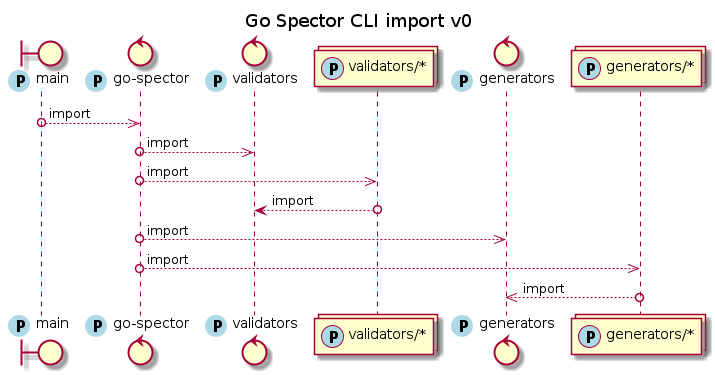
Before: diagrams/import-v0.png, a diagram exported from PlantUML (go-spector/go-spector). The source it was exported from:
```plantuml
@startuml
autoactivate on

boundary "main" as Main << (P,LightBlue) >>
control "go-spector" as GoSpector << (P,LightBlue) >>
control "validators" as Validators << (P,LightBlue) >>
collections "validators/*" as ValidatorsCollection << (P,LightBlue) >>
control "generators" as Generators << (P,LightBlue) >>
collections "generators/*" as GeneratorsCollection << (P,LightBlue) >>

Main o-->> GoSpector : import
GoSpector o-->> Validators : import
GoSpector o-->> ValidatorsCollection : import
ValidatorsCollection o--> Validators : import
GoSpector o-->> Generators : import
GoSpector o-->> GeneratorsCollection : import
GeneratorsCollection o-->> Generators : import

title Go Spector CLI import v0
@enduml
```
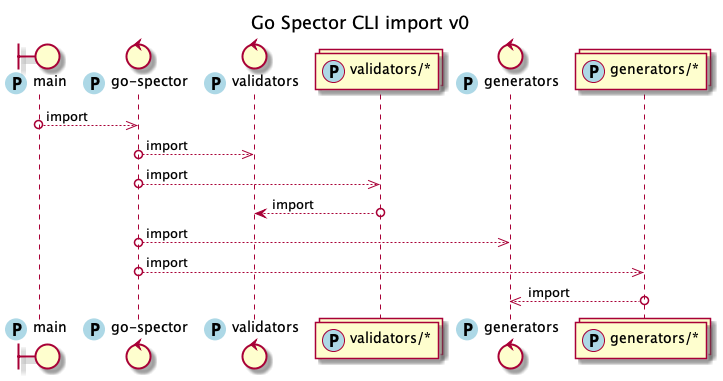
The same file after the commit.

The edit, as a diff of the source:
```diff
@@ -1,12 +1,7 @@
 @startuml
 autoactivate on
 
-boundary "main" as Main << (P,LightBlue) >>
-control "go-spector" as GoSpector << (P,LightBlue) >>
-control "validators" as Validators << (P,LightBlue) >>
-collections "validators/*" as ValidatorsCollection << (P,LightBlue) >>
-control "generators" as Generators << (P,LightBlue) >>
-collections "generators/*" as GeneratorsCollection << (P,LightBlue) >>
+!include components-v0.iuml
 
 Main o-->> GoSpector : import
 GoSpector o-->> Validators : import
```
